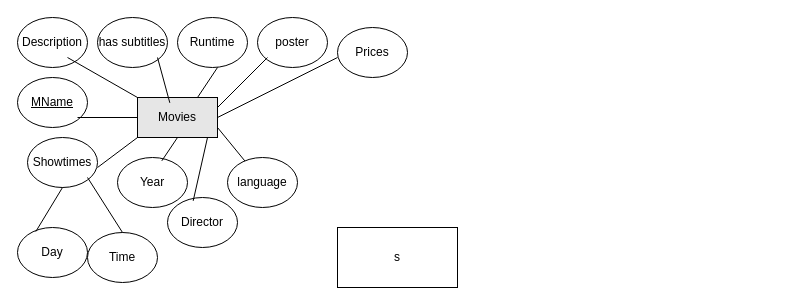
The draw.io diagram Untitled Diagram.drawio in parzival-3x/MuseumDBProject, before the edit. Source tidied: cells renumbered, new cells numbered last; positions are measured from the earlier drawing's top-left corner, leaving out a move shared by most shapes. Both pictures are drawn from the tidied source at 100%, with x=0, y=0 at pixel (17, 17).
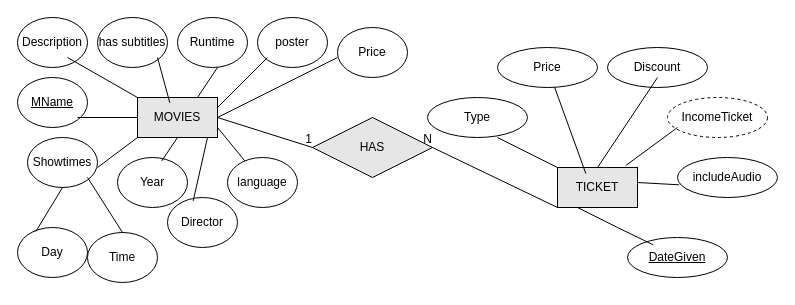
After the change.

Commit message:
Created ticket entity

What changed in the source:
```diff
@@
-    <mxCell id="2" value="s" style="rounded=0;whiteSpace=wrap;html=1;" parent="1" vertex="1">
-      <mxGeometry x="320" y="210" width="120" height="60" as="geometry" />
-    </mxCell>
-    <mxCell id="3" value="&lt;span style=&quot;&quot;&gt;Movies&lt;/span&gt;" style="rounded=0;whiteSpace=wrap;html=1;labelBackgroundColor=none;fillColor=#E6E6E6;strokeColor=default;align=center;fontColor=default;" parent="1" vertex="1">
+    <mxCell id="3" value="&lt;span style=&quot;&quot;&gt;MOVIES&lt;/span&gt;" style="rounded=0;whiteSpace=wrap;html=1;labelBackgroundColor=none;fillColor=#E6E6E6;strokeColor=default;align=center;fontColor=default;" parent="1" vertex="1">
       <mxGeometry x="120" y="80" width="80" height="40" as="geometry" />
     </mxCell>
@@
-    <mxCell id="5" value="Prices" style="ellipse;whiteSpace=wrap;html=1;labelBackgroundColor=none;strokeColor=default;fontColor=default;fillColor=#FFFFFF;" parent="1" vertex="1">
+    <mxCell id="5" value="Price" style="ellipse;whiteSpace=wrap;html=1;labelBackgroundColor=none;strokeColor=default;fontColor=default;fillColor=#FFFFFF;" parent="1" vertex="1">
       <mxGeometry x="320" y="10" width="70" height="50" as="geometry" />
     </mxCell>
@@
+    <mxCell id="28" value="&lt;span style=&quot;&quot;&gt;TICKET&lt;/span&gt;" style="rounded=0;whiteSpace=wrap;html=1;labelBackgroundColor=none;fillColor=#E6E6E6;strokeColor=default;align=center;fontColor=default;" parent="1" vertex="1">
+      <mxGeometry x="540" y="150" width="80" height="40" as="geometry" />
+    </mxCell>
+    <mxCell id="29" value="includeAudio" style="ellipse;whiteSpace=wrap;html=1;align=center;labelBackgroundColor=none;strokeColor=default;fontColor=default;fillColor=#FFFFFF;" parent="1" vertex="1">
+      <mxGeometry x="660" y="140" width="100" height="40" as="geometry" />
+    </mxCell>
+    <mxCell id="30" value="Discount" style="ellipse;whiteSpace=wrap;html=1;align=center;labelBackgroundColor=none;strokeColor=default;fontColor=default;fillColor=#FFFFFF;" parent="1" vertex="1">
+      <mxGeometry x="590" y="30" width="100" height="40" as="geometry" />
+    </mxCell>
+    <mxCell id="31" value="Price" style="ellipse;whiteSpace=wrap;html=1;align=center;labelBackgroundColor=none;strokeColor=default;fontColor=default;fillColor=#FFFFFF;" parent="1" vertex="1">
+      <mxGeometry x="480" y="30" width="100" height="40" as="geometry" />
+    </mxCell>
+    <mxCell id="32" value="Type" style="ellipse;whiteSpace=wrap;html=1;align=center;labelBackgroundColor=none;strokeColor=default;fontColor=default;fillColor=#FFFFFF;" parent="1" vertex="1">
+      <mxGeometry x="410" y="80" width="100" height="40" as="geometry" />
+    </mxCell>
+    <mxCell id="33" value="DateGiven" style="ellipse;whiteSpace=wrap;html=1;align=center;fontStyle=4;labelBackgroundColor=none;strokeColor=default;fontColor=default;fillColor=#FFFFFF;" parent="1" vertex="1">
+      <mxGeometry x="610" y="220" width="100" height="40" as="geometry" />
+    </mxCell>
+    <mxCell id="34" value="IncomeTicket" style="ellipse;whiteSpace=wrap;html=1;align=center;dashed=1;labelBackgroundColor=none;strokeColor=default;fontColor=default;fillColor=#FFFFFF;" parent="1" vertex="1">
+      <mxGeometry x="650" y="80" width="100" height="40" as="geometry" />
+    </mxCell>
+    <mxCell id="35" style="endArrow=none;html=1;rounded=0;fontColor=default;entryX=0;entryY=0;entryDx=0;entryDy=0;" parent="1" edge="1" target="28">
+      <mxGeometry relative="1" as="geometry">
+        <mxPoint x="480" y="120" as="sourcePoint" />
+      </mxGeometry>
+    </mxCell>
+    <mxCell id="36" style="endArrow=none;html=1;rounded=0;fontColor=default;entryX=0.354;entryY=0.15;entryDx=0;entryDy=0;entryPerimeter=0;" parent="1" edge="1" source="31" target="28">
+      <mxGeometry relative="1" as="geometry" />
+    </mxCell>
+    <mxCell id="37" style="endArrow=none;html=1;rounded=0;fontColor=default;exitX=0.5;exitY=0;exitDx=0;exitDy=0;" parent="1" edge="1" source="28">
+      <mxGeometry relative="1" as="geometry">
+        <mxPoint x="640" y="60" as="targetPoint" />
+      </mxGeometry>
+    </mxCell>
+    <mxCell id="38" style="endArrow=none;html=1;rounded=0;fontColor=default;exitX=0.854;exitY=-0.05;exitDx=0;exitDy=0;exitPerimeter=0;" parent="1" edge="1" source="28">
+      <mxGeometry relative="1" as="geometry">
+        <mxPoint x="660" y="110" as="targetPoint" />
+      </mxGeometry>
+    </mxCell>
+    <mxCell id="39" style="endArrow=none;html=1;rounded=0;fontColor=default;entryX=0.017;entryY=0.683;entryDx=0;entryDy=0;entryPerimeter=0;" parent="1" edge="1" target="29">
+      <mxGeometry relative="1" as="geometry">
+        <mxPoint x="620" y="165" as="sourcePoint" />
+      </mxGeometry>
+    </mxCell>
+    <mxCell id="40" style="endArrow=none;html=1;rounded=0;fontColor=default;entryX=0.257;entryY=0.183;entryDx=0;entryDy=0;entryPerimeter=0;" parent="1" edge="1" target="33">
+      <mxGeometry relative="1" as="geometry">
+        <mxPoint x="560" y="190" as="sourcePoint" />
+        <Array as="points">
+          <mxPoint x="600" y="210" />
+        </Array>
+      </mxGeometry>
+    </mxCell>
+    <mxCell id="41" value="HAS" style="shape=rhombus;perimeter=rhombusPerimeter;whiteSpace=wrap;html=1;align=center;labelBackgroundColor=none;strokeColor=default;fontColor=default;fillColor=#E6E6E6;" parent="1" vertex="1">
+      <mxGeometry x="295" y="100" width="120" height="60" as="geometry" />
+    </mxCell>
+    <mxCell id="42" style="endArrow=none;html=1;rounded=0;fontColor=default;entryX=0;entryY=0.5;entryDx=0;entryDy=0;" parent="1" edge="1" target="41">
+      <mxGeometry relative="1" as="geometry">
+        <mxPoint x="200" y="100" as="sourcePoint" />
+      </mxGeometry>
+    </mxCell>
+    <mxCell id="43" value="1" style="html=1;align=right;verticalAlign=bottom;labelBackgroundColor=none;strokeColor=default;fontColor=default;fillColor=#E6E6E6;" parent="42" vertex="1">
+      <mxGeometry x="1" relative="1" as="geometry" />
+    </mxCell>
+    <mxCell id="44" style="endArrow=none;html=1;rounded=0;fontColor=default;exitX=0;exitY=1;exitDx=0;exitDy=0;" parent="1" edge="1" source="28">
+      <mxGeometry relative="1" as="geometry">
+        <mxPoint x="415" y="130" as="targetPoint" />
+      </mxGeometry>
+    </mxCell>
+    <mxCell id="45" value="N" style="html=1;align=right;verticalAlign=bottom;labelBackgroundColor=none;strokeColor=default;fontColor=default;fillColor=#E6E6E6;" parent="44" vertex="1">
+      <mxGeometry x="1" relative="1" as="geometry" />
+    </mxCell>
```
